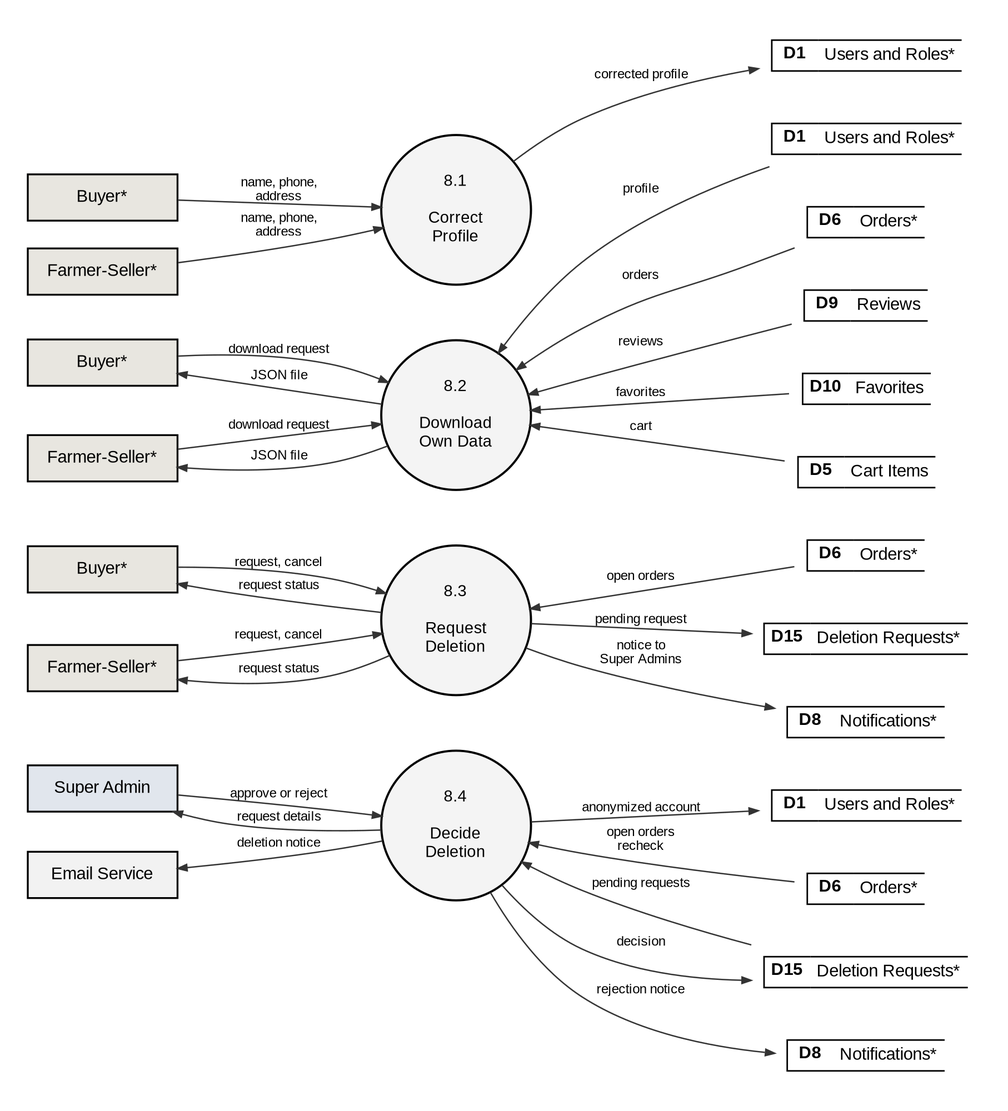
Above: docs/manuscript/figures/fig6_2_8_dfd_level2.png in shawncastaneda11-commits/anihow-backend (Graphviz), before the change. Its source is kept beside it as docs/manuscript/figures/src/fig6_2_8_dfd_level2.dot. The source it was exported from:
```dot
digraph G {
  graph [rankdir=LR, nodesep=0.25, ranksep=0.9, pad=0.25, fontname="Liberation Sans", newrank=true];
  node  [fontname="Liberation Sans", fontsize=11];
  edge  [penwidth=0.9, arrowsize=0.6, color="#333333", fontname="Liberation Sans", fontsize=8.5];
  q8a [shape=circle, style=filled, fillcolor="#F4F4F4", penwidth=1.4, fixedsize=true, width=1.35, fontsize=10.5, label="8.1\n\nCorrect\nProfile"];
  by_q8a [shape=box, style=filled, fillcolor="#E8E6E0", penwidth=1.2, width=1.35, height=0.42, label="Buyer*"];
  fs_q8a [shape=box, style=filled, fillcolor="#E8E6E0", penwidth=1.2, width=1.35, height=0.42, label="Farmer-Seller*"];
  D1_q8a [shape=plaintext, label=<<TABLE BORDER="0" CELLBORDER="1" CELLSPACING="0" CELLPADDING="3"><TR><TD SIDES="TBL" WIDTH="30"><B>D1</B></TD><TD SIDES="TB" ALIGN="LEFT">Users and Roles*</TD></TR></TABLE>>];
  q8b [shape=circle, style=filled, fillcolor="#F4F4F4", penwidth=1.4, fixedsize=true, width=1.35, fontsize=10.5, label="8.2\n\nDownload\nOwn Data"];
  by_q8b [shape=box, style=filled, fillcolor="#E8E6E0", penwidth=1.2, width=1.35, height=0.42, label="Buyer*"];
  fs_q8b [shape=box, style=filled, fillcolor="#E8E6E0", penwidth=1.2, width=1.35, height=0.42, label="Farmer-Seller*"];
  D1_q8b [shape=plaintext, label=<<TABLE BORDER="0" CELLBORDER="1" CELLSPACING="0" CELLPADDING="3"><TR><TD SIDES="TBL" WIDTH="30"><B>D1</B></TD><TD SIDES="TB" ALIGN="LEFT">Users and Roles*</TD></TR></TABLE>>];
  D6_q8b [shape=plaintext, label=<<TABLE BORDER="0" CELLBORDER="1" CELLSPACING="0" CELLPADDING="3"><TR><TD SIDES="TBL" WIDTH="30"><B>D6</B></TD><TD SIDES="TB" ALIGN="LEFT">Orders*</TD></TR></TABLE>>];
  D9_q8b [shape=plaintext, label=<<TABLE BORDER="0" CELLBORDER="1" CELLSPACING="0" CELLPADDING="3"><TR><TD SIDES="TBL" WIDTH="30"><B>D9</B></TD><TD SIDES="TB" ALIGN="LEFT">Reviews</TD></TR></TABLE>>];
  D10_q8b [shape=plaintext, label=<<TABLE BORDER="0" CELLBORDER="1" CELLSPACING="0" CELLPADDING="3"><TR><TD SIDES="TBL" WIDTH="30"><B>D10</B></TD><TD SIDES="TB" ALIGN="LEFT">Favorites</TD></TR></TABLE>>];
  D5_q8b [shape=plaintext, label=<<TABLE BORDER="0" CELLBORDER="1" CELLSPACING="0" CELLPADDING="3"><TR><TD SIDES="TBL" WIDTH="30"><B>D5</B></TD><TD SIDES="TB" ALIGN="LEFT">Cart Items</TD></TR></TABLE>>];
  q8c [shape=circle, style=filled, fillcolor="#F4F4F4", penwidth=1.4, fixedsize=true, width=1.35, fontsize=10.5, label="8.3\n\nRequest\nDeletion"];
  by_q8c [shape=box, style=filled, fillcolor="#E8E6E0", penwidth=1.2, width=1.35, height=0.42, label="Buyer*"];
  fs_q8c [shape=box, style=filled, fillcolor="#E8E6E0", penwidth=1.2, width=1.35, height=0.42, label="Farmer-Seller*"];
  D6_q8c [shape=plaintext, label=<<TABLE BORDER="0" CELLBORDER="1" CELLSPACING="0" CELLPADDING="3"><TR><TD SIDES="TBL" WIDTH="30"><B>D6</B></TD><TD SIDES="TB" ALIGN="LEFT">Orders*</TD></TR></TABLE>>];
  D15_q8c [shape=plaintext, label=<<TABLE BORDER="0" CELLBORDER="1" CELLSPACING="0" CELLPADDING="3"><TR><TD SIDES="TBL" WIDTH="30"><B>D15</B></TD><TD SIDES="TB" ALIGN="LEFT">Deletion Requests*</TD></TR></TABLE>>];
  D8_q8c [shape=plaintext, label=<<TABLE BORDER="0" CELLBORDER="1" CELLSPACING="0" CELLPADDING="3"><TR><TD SIDES="TBL" WIDTH="30"><B>D8</B></TD><TD SIDES="TB" ALIGN="LEFT">Notifications*</TD></TR></TABLE>>];
  q8d [shape=circle, style=filled, fillcolor="#F4F4F4", penwidth=1.4, fixedsize=true, width=1.35, fontsize=10.5, label="8.4\n\nDecide\nDeletion"];
  D1_q8d [shape=plaintext, label=<<TABLE BORDER="0" CELLBORDER="1" CELLSPACING="0" CELLPADDING="3"><TR><TD SIDES="TBL" WIDTH="30"><B>D1</B></TD><TD SIDES="TB" ALIGN="LEFT">Users and Roles*</TD></TR></TABLE>>];
  D6_q8d [shape=plaintext, label=<<TABLE BORDER="0" CELLBORDER="1" CELLSPACING="0" CELLPADDING="3"><TR><TD SIDES="TBL" WIDTH="30"><B>D6</B></TD><TD SIDES="TB" ALIGN="LEFT">Orders*</TD></TR></TABLE>>];
  D15_q8d [shape=plaintext, label=<<TABLE BORDER="0" CELLBORDER="1" CELLSPACING="0" CELLPADDING="3"><TR><TD SIDES="TBL" WIDTH="30"><B>D15</B></TD><TD SIDES="TB" ALIGN="LEFT">Deletion Requests*</TD></TR></TABLE>>];
  D8_q8d [shape=plaintext, label=<<TABLE BORDER="0" CELLBORDER="1" CELLSPACING="0" CELLPADDING="3"><TR><TD SIDES="TBL" WIDTH="30"><B>D8</B></TD><TD SIDES="TB" ALIGN="LEFT">Notifications*</TD></TR></TABLE>>];
  sa_q8d [shape=box, style=filled, fillcolor="#E1E6ED", penwidth=1.2, width=1.35, height=0.42, label="Super Admin"];
  em_q8d [shape=box, style=filled, fillcolor="#F2F2F2", penwidth=1.2, width=1.35, height=0.42, label="Email Service"];
  by_q8a -> q8a [label="name, phone,\naddress"];
  fs_q8a -> q8a [label="name, phone,\naddress"];
  q8a -> D1_q8a [label="corrected profile"];
  by_q8b -> q8b [label="download request"];
  fs_q8b -> q8b [label="download request"];
  q8b -> D1_q8b [label="profile", dir=back];
  q8b -> D6_q8b [label="orders", dir=back];
  q8b -> D9_q8b [label="reviews", dir=back];
  q8b -> D10_q8b [label="favorites", dir=back];
  q8b -> D5_q8b [label="cart", dir=back];
  by_q8b -> q8b [label="JSON file", dir=back];
  fs_q8b -> q8b [label="JSON file", dir=back];
  by_q8c -> q8c [label="request, cancel"];
  fs_q8c -> q8c [label="request, cancel"];
  q8c -> D6_q8c [label="open orders", dir=back];
  q8c -> D15_q8c [label="pending request"];
  q8c -> D8_q8c [label="notice to\nSuper Admins"];
  by_q8c -> q8c [label="request status", dir=back];
  fs_q8c -> q8c [label="request status", dir=back];
  q8d -> D15_q8d [label="pending requests", dir=back];
  sa_q8d -> q8d [label="approve or reject"];
  sa_q8d -> q8d [label="request details", dir=back];
  q8d -> D6_q8d [label="open orders\nrecheck", dir=back];
  q8d -> D1_q8d [label="anonymized account"];
  q8d -> D15_q8d [label="decision"];
  em_q8d -> q8d [label="deletion notice", dir=back];
  q8d -> D8_q8d [label="rejection notice"];
  {rank=same; by_q8a; fs_q8a; by_q8b; fs_q8b; by_q8c; fs_q8c; sa_q8d; em_q8d}
  {rank=same; D1_q8a; D1_q8b; D6_q8b; D9_q8b; D10_q8b; D5_q8b; D6_q8c; D15_q8c; D8_q8c; D15_q8d; D6_q8d; D1_q8d; D8_q8d}
  {rank=same; q8a; q8b; q8c; q8d}
  q8a -> q8b [style=invis, weight=10];
  q8b -> q8c [style=invis, weight=10];
  q8c -> q8d [style=invis, weight=10];
}
```
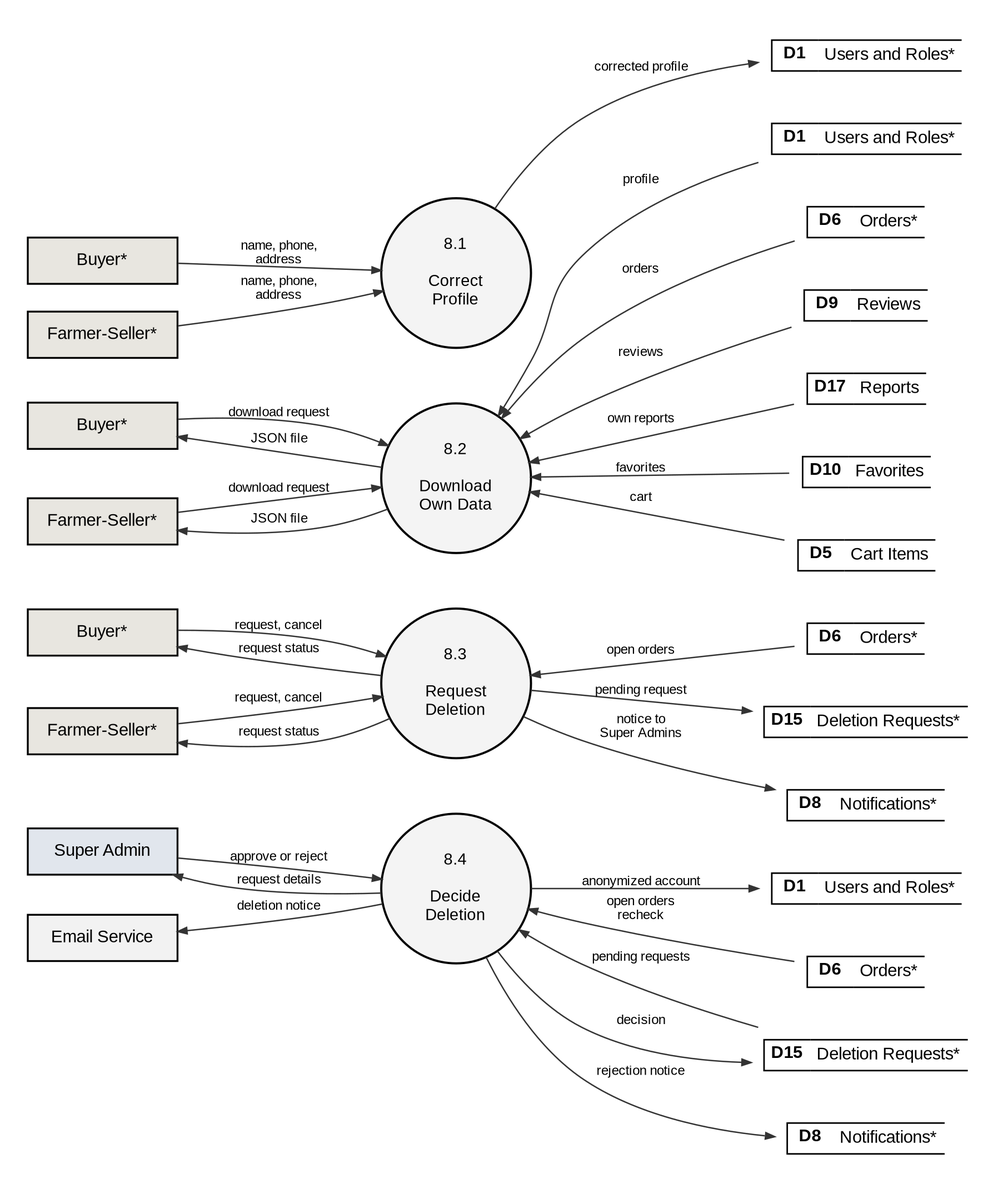
After the change.

What changed in the source:
```diff
@@ -12,6 +12,7 @@
   D1_q8b [shape=plaintext, label=<<TABLE BORDER="0" CELLBORDER="1" CELLSPACING="0" CELLPADDING="3"><TR><TD SIDES="TBL" WIDTH="30"><B>D1</B></TD><TD SIDES="TB" ALIGN="LEFT">Users and Roles*</TD></TR></TABLE>>];
   D6_q8b [shape=plaintext, label=<<TABLE BORDER="0" CELLBORDER="1" CELLSPACING="0" CELLPADDING="3"><TR><TD SIDES="TBL" WIDTH="30"><B>D6</B></TD><TD SIDES="TB" ALIGN="LEFT">Orders*</TD></TR></TABLE>>];
   D9_q8b [shape=plaintext, label=<<TABLE BORDER="0" CELLBORDER="1" CELLSPACING="0" CELLPADDING="3"><TR><TD SIDES="TBL" WIDTH="30"><B>D9</B></TD><TD SIDES="TB" ALIGN="LEFT">Reviews</TD></TR></TABLE>>];
+  D17_q8b [shape=plaintext, label=<<TABLE BORDER="0" CELLBORDER="1" CELLSPACING="0" CELLPADDING="3"><TR><TD SIDES="TBL" WIDTH="30"><B>D17</B></TD><TD SIDES="TB" ALIGN="LEFT">Reports</TD></TR></TABLE>>];
   D10_q8b [shape=plaintext, label=<<TABLE BORDER="0" CELLBORDER="1" CELLSPACING="0" CELLPADDING="3"><TR><TD SIDES="TBL" WIDTH="30"><B>D10</B></TD><TD SIDES="TB" ALIGN="LEFT">Favorites</TD></TR></TABLE>>];
   D5_q8b [shape=plaintext, label=<<TABLE BORDER="0" CELLBORDER="1" CELLSPACING="0" CELLPADDING="3"><TR><TD SIDES="TBL" WIDTH="30"><B>D5</B></TD><TD SIDES="TB" ALIGN="LEFT">Cart Items</TD></TR></TABLE>>];
   q8c [shape=circle, style=filled, fillcolor="#F4F4F4", penwidth=1.4, fixedsize=true, width=1.35, fontsize=10.5, label="8.3\n\nRequest\nDeletion"];
@@ -35,6 +36,7 @@
   q8b -> D1_q8b [label="profile", dir=back];
   q8b -> D6_q8b [label="orders", dir=back];
   q8b -> D9_q8b [label="reviews", dir=back];
+  q8b -> D17_q8b [label="own reports", dir=back];
   q8b -> D10_q8b [label="favorites", dir=back];
   q8b -> D5_q8b [label="cart", dir=back];
   by_q8b -> q8b [label="JSON file", dir=back];
@@ -55,7 +57,7 @@
   em_q8d -> q8d [label="deletion notice", dir=back];
   q8d -> D8_q8d [label="rejection notice"];
   {rank=same; by_q8a; fs_q8a; by_q8b; fs_q8b; by_q8c; fs_q8c; sa_q8d; em_q8d}
-  {rank=same; D1_q8a; D1_q8b; D6_q8b; D9_q8b; D10_q8b; D5_q8b; D6_q8c; D15_q8c; D8_q8c; D15_q8d; D6_q8d; D1_q8d; D8_q8d}
+  {rank=same; D1_q8a; D1_q8b; D6_q8b; D9_q8b; D17_q8b; D10_q8b; D5_q8b; D6_q8c; D15_q8c; D8_q8c; D15_q8d; D6_q8d; D1_q8d; D8_q8d}
   {rank=same; q8a; q8b; q8c; q8d}
   q8a -> q8b [style=invis, weight=10];
   q8b -> q8c [style=invis, weight=10];
```
